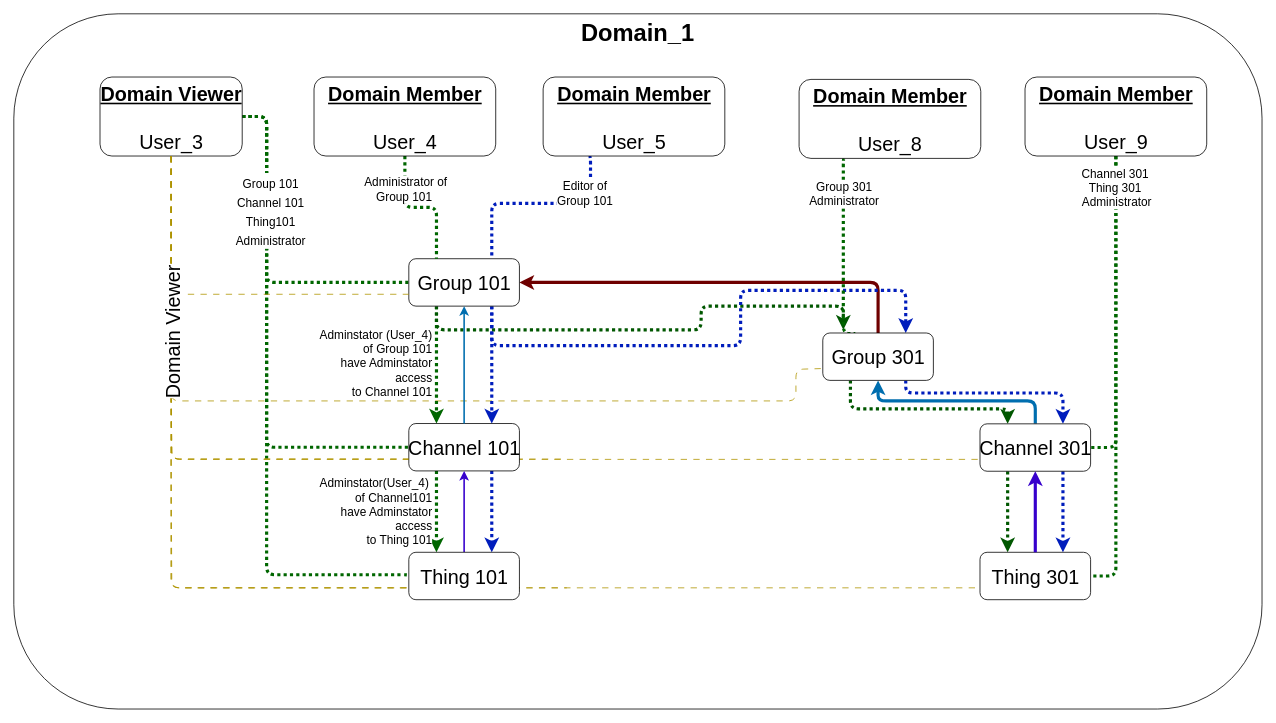
This is docs/diagrams/group_users_member_14.drawio from absmach/supermq-docs, a draw.io file, before an edit. Source tidied: cells renumbered, new cells numbered last; positions are measured from the earlier drawing's top-left corner, leaving out a move shared by most shapes. Both pictures are drawn from the tidied source at 79%, with x=0, y=0 at pixel (13, 13).
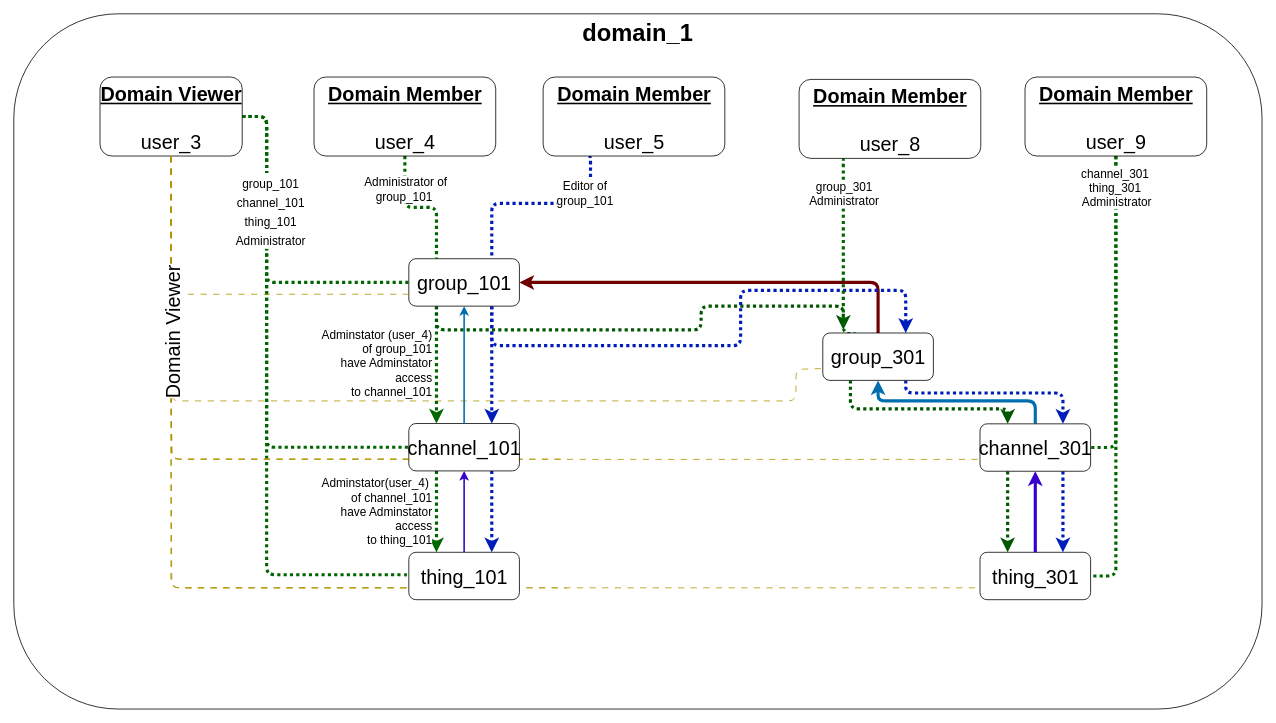
The same page after the edit.

Unchanged cells that the change refers to:
```xml
<mxCell id="17" style="edgeStyle=orthogonalEdgeStyle;html=1;entryX=0;entryY=0.5;entryDx=0;entryDy=0;dashed=1;dashPattern=1 1;strokeColor=#006600;strokeWidth=4;fontSize=20;endArrow=none;endFill=0;" parent="14" edge="1" source="23" target="60">
  <mxGeometry relative="1" as="geometry">
    <Array as="points">
      <mxPoint x="320" y="130" />
      <mxPoint x="320" y="710" />
      <mxPoint x="500" y="710" />
    </Array>
  </mxGeometry>
</mxCell>
<mxCell id="24" style="edgeStyle=orthogonalEdgeStyle;html=1;exitX=0.25;exitY=1;exitDx=0;exitDy=0;entryX=0.25;entryY=0;entryDx=0;entryDy=0;dashed=1;dashPattern=1 1;strokeWidth=4;endArrow=classic;endFill=1;fillColor=#fa6800;strokeColor=#006600;" parent="14" edge="1" source="29" target="33">
  <mxGeometry relative="1" as="geometry" />
</mxCell>
<mxCell id="30" style="edgeStyle=orthogonalEdgeStyle;html=1;exitX=0.25;exitY=1;exitDx=0;exitDy=0;entryX=0.25;entryY=0;entryDx=0;entryDy=0;dashed=1;dashPattern=1 1;strokeWidth=4;endArrow=classic;endFill=1;fillColor=#fa6800;strokeColor=#006600;" parent="14" edge="1" source="33" target="60">
  <mxGeometry relative="1" as="geometry" />
</mxCell>
<mxCell id="34" style="edgeStyle=orthogonalEdgeStyle;html=1;entryX=0.25;entryY=0;entryDx=0;entryDy=0;dashed=1;dashPattern=1 1;strokeWidth=4;endArrow=none;endFill=0;fillColor=#fa6800;strokeColor=#006600;" parent="14" edge="1" source="36" target="29">
  <mxGeometry relative="1" as="geometry" />
</mxCell>
<mxCell id="37" style="edgeStyle=orthogonalEdgeStyle;html=1;dashed=1;dashPattern=1 1;strokeWidth=4;endArrow=none;endFill=0;fillColor=#0050ef;strokeColor=#001DBC;exitX=0.25;exitY=1;exitDx=0;exitDy=0;entryX=0.75;entryY=0;entryDx=0;entryDy=0;" parent="14" edge="1" source="39" target="29">
  <mxGeometry relative="1" as="geometry">
    <Array as="points">
      <mxPoint x="730" y="180" />
      <mxPoint x="730" y="240" />
      <mxPoint x="605" y="240" />
    </Array>
  </mxGeometry>
</mxCell>
<mxCell id="41" style="edgeStyle=orthogonalEdgeStyle;html=1;entryX=1;entryY=0.5;entryDx=0;entryDy=0;dashed=1;dashPattern=1 1;strokeColor=#006600;strokeWidth=4;endArrow=none;endFill=0;" parent="14" edge="1" source="43" target="64">
  <mxGeometry relative="1" as="geometry">
    <Array as="points">
      <mxPoint x="1395" y="712" />
    </Array>
  </mxGeometry>
</mxCell>
<mxCell id="44" style="edgeStyle=orthogonalEdgeStyle;html=1;dashed=1;dashPattern=1 1;strokeColor=#006600;strokeWidth=4;endArrow=none;endFill=0;entryX=0.294;entryY=0.013;entryDx=0;entryDy=0;entryPerimeter=0;exitX=0.25;exitY=1;exitDx=0;exitDy=0;" parent="14" edge="1" source="46" target="62">
  <mxGeometry relative="1" as="geometry">
    <Array as="points">
      <mxPoint x="1050" y="183" />
      <mxPoint x="1050" y="405" />
    </Array>
  </mxGeometry>
</mxCell>
```

Change to the diagram source:
```diff
@@
-    <mxCell id="11" value="&lt;font style=&quot;font-size: 30px;&quot;&gt;&lt;b style=&quot;&quot;&gt;Domain_1&lt;/b&gt;&lt;/font&gt;" style="rounded=1;whiteSpace=wrap;html=1;verticalAlign=top;fillColor=default;" parent="10" vertex="1">
+    <mxCell id="11" value="&lt;font style=&quot;font-size: 30px;&quot;&gt;&lt;b style=&quot;&quot;&gt;domain_1&lt;/b&gt;&lt;/font&gt;" style="rounded=1;whiteSpace=wrap;html=1;verticalAlign=top;fillColor=default;" parent="10" vertex="1">
       <mxGeometry width="1580" height="880" as="geometry" />
     </mxCell>
@@
-    <mxCell id="18" value="&lt;font style=&quot;font-size: 15px;&quot;&gt;Group 101&lt;br&gt;Channel 101&lt;br&gt;Thing101&lt;br&gt;Administrator&lt;/font&gt;" style="edgeLabel;html=1;align=center;verticalAlign=middle;fontSize=20;" parent="17" vertex="1">
+    <mxCell id="18" value="&lt;font style=&quot;font-size: 15px;&quot;&gt;group_101&lt;br&gt;channel_101&lt;br&gt;thing_101&lt;br&gt;Administrator&lt;/font&gt;" style="edgeLabel;html=1;align=center;verticalAlign=middle;fontSize=20;" parent="17" vertex="1">
       <mxGeometry x="-0.53" y="4" relative="1" as="geometry">
         <mxPoint y="-37" as="offset" />
       </mxGeometry>
     </mxCell>
@@
-    <mxCell id="23" value="&lt;font style=&quot;font-size: 25px;&quot;&gt;&lt;b&gt;&lt;u&gt;Domain Viewer&lt;/u&gt;&lt;/b&gt;&lt;br&gt;&lt;br&gt;User_3&lt;/font&gt;" style="rounded=1;html=1;fontSize=25;verticalAlign=top;" parent="14" vertex="1">
+    <mxCell id="23" value="&lt;font style=&quot;font-size: 25px;&quot;&gt;&lt;b&gt;&lt;u&gt;Domain Viewer&lt;/u&gt;&lt;/b&gt;&lt;br&gt;&lt;br&gt;user_3&lt;/font&gt;" style="rounded=1;html=1;fontSize=25;verticalAlign=top;" parent="14" vertex="1">
       <mxGeometry x="109.1" y="80" width="180" height="100" as="geometry" />
     </mxCell>
@@
-    <mxCell id="25" value="Adminstator (User_4)&lt;br&gt;of Group 101 &lt;br&gt;have Adminstator &lt;br&gt;access &lt;br&gt;to Channel 101" style="edgeLabel;html=1;align=right;verticalAlign=middle;fontSize=15;" parent="24" vertex="1">
+    <mxCell id="25" value="Adminstator (user_4)&lt;br&gt;of group_101 &lt;br&gt;have Adminstator &lt;br&gt;access &lt;br&gt;to channel_101" style="edgeLabel;html=1;align=right;verticalAlign=middle;fontSize=15;" parent="24" vertex="1">
       <mxGeometry x="-0.13" relative="1" as="geometry">
         <mxPoint x="-5" y="6" as="offset" />
       </mxGeometry>
     </mxCell>
@@
-    <mxCell id="29" value="Group 101" style="rounded=1;html=1;fontSize=25;" parent="14" vertex="1">
+    <mxCell id="29" value="group_101" style="rounded=1;html=1;fontSize=25;" parent="14" vertex="1">
       <mxGeometry x="500" y="310" width="140" height="60" as="geometry" />
     </mxCell>
@@
-    <mxCell id="31" value="Adminstator(User_4)&amp;nbsp;&lt;br&gt;&lt;div style=&quot;&quot;&gt;of Channel101&lt;/div&gt;have Adminstator &lt;br&gt;access&lt;br&gt;to Thing 101" style="edgeLabel;html=1;align=right;verticalAlign=middle;fontSize=15;" parent="30" vertex="1">
+    <mxCell id="31" value="Adminstator(user_4)&amp;nbsp;&lt;br&gt;&lt;div style=&quot;&quot;&gt;of channel_101&lt;/div&gt;have Adminstator &lt;br&gt;access&lt;br&gt;to thing_101" style="edgeLabel;html=1;align=right;verticalAlign=middle;fontSize=15;" parent="30" vertex="1">
       <mxGeometry x="-0.19" y="-1" relative="1" as="geometry">
         <mxPoint x="-4" y="9" as="offset" />
       </mxGeometry>
     </mxCell>
@@
-    <mxCell id="33" value="Channel 101" style="rounded=1;html=1;fontSize=25;" parent="14" vertex="1">
+    <mxCell id="33" value="channel_101" style="rounded=1;html=1;fontSize=25;" parent="14" vertex="1">
       <mxGeometry x="500" y="518.6" width="140" height="60" as="geometry" />
     </mxCell>
@@
-    <mxCell id="35" value="&lt;font style=&quot;font-size: 15px;&quot;&gt;&lt;font style=&quot;font-size: 15px;&quot;&gt;&amp;nbsp;Administrator of&amp;nbsp;&lt;br&gt;&lt;/font&gt;Group 101&amp;nbsp;&lt;/font&gt;" style="edgeLabel;html=1;align=center;verticalAlign=middle;" parent="34" vertex="1">
+    <mxCell id="35" value="&lt;font style=&quot;font-size: 15px;&quot;&gt;&lt;font style=&quot;font-size: 15px;&quot;&gt;&amp;nbsp;Administrator of&amp;nbsp;&lt;br&gt;&lt;/font&gt;group_101&amp;nbsp;&lt;/font&gt;" style="edgeLabel;html=1;align=center;verticalAlign=middle;" parent="34" vertex="1">
       <mxGeometry x="0.42" y="1" relative="1" as="geometry">
         <mxPoint x="-41" y="-40" as="offset" />
       </mxGeometry>
     </mxCell>
-    <mxCell id="36" value="&lt;font style=&quot;font-size: 25px;&quot;&gt;&lt;b&gt;&lt;u&gt;Domain Member&lt;/u&gt;&lt;/b&gt;&lt;br&gt;&lt;br&gt;User_4&lt;/font&gt;" style="rounded=1;html=1;fontSize=25;verticalAlign=top;" parent="14" vertex="1">
+    <mxCell id="36" value="&lt;font style=&quot;font-size: 25px;&quot;&gt;&lt;b&gt;&lt;u&gt;Domain Member&lt;/u&gt;&lt;/b&gt;&lt;br&gt;&lt;br&gt;user_4&lt;/font&gt;" style="rounded=1;html=1;fontSize=25;verticalAlign=top;" parent="14" vertex="1">
       <mxGeometry x="380" y="80" width="230" height="100" as="geometry" />
     </mxCell>
@@
-    <mxCell id="38" value="&lt;font style=&quot;font-size: 15px;&quot;&gt;Editor of&amp;nbsp;&lt;br&gt;&lt;/font&gt;&lt;span style=&quot;font-size: 15px;&quot;&gt;Group 101&amp;nbsp;&lt;/span&gt;" style="edgeLabel;html=1;align=center;verticalAlign=middle;" parent="37" vertex="1">
+    <mxCell id="38" value="&lt;font style=&quot;font-size: 15px;&quot;&gt;Editor of&amp;nbsp;&lt;br&gt;&lt;/font&gt;&lt;span style=&quot;font-size: 15px;&quot;&gt;group_101&amp;nbsp;&lt;/span&gt;" style="edgeLabel;html=1;align=center;verticalAlign=middle;" parent="37" vertex="1">
       <mxGeometry x="-0.62" y="-6" relative="1" as="geometry" />
     </mxCell>
-    <mxCell id="39" value="&lt;font style=&quot;font-size: 25px;&quot;&gt;&lt;b&gt;&lt;u&gt;Domain Member&lt;/u&gt;&lt;/b&gt;&lt;br&gt;&lt;br&gt;User_5&lt;br&gt;&lt;/font&gt;" style="rounded=1;html=1;fontSize=25;verticalAlign=top;" parent="14" vertex="1">
+    <mxCell id="39" value="&lt;font style=&quot;font-size: 25px;&quot;&gt;&lt;b&gt;&lt;u&gt;Domain Member&lt;/u&gt;&lt;/b&gt;&lt;br&gt;&lt;br&gt;user_5&lt;br&gt;&lt;/font&gt;" style="rounded=1;html=1;fontSize=25;verticalAlign=top;" parent="14" vertex="1">
       <mxGeometry x="670" y="80" width="230" height="100" as="geometry" />
     </mxCell>
@@
-    <mxCell id="42" value="Channel 301&amp;nbsp;&lt;br&gt;Thing 301&amp;nbsp;&lt;br&gt;Administrator" style="edgeLabel;html=1;align=center;verticalAlign=middle;fontSize=15;" parent="41" vertex="1">
+    <mxCell id="42" value="channel_301&amp;nbsp;&lt;br&gt;thing_301&amp;nbsp;&lt;br&gt;Administrator" style="edgeLabel;html=1;align=center;verticalAlign=middle;fontSize=15;" parent="41" vertex="1">
       <mxGeometry x="-0.53" y="-2" relative="1" as="geometry">
         <mxPoint x="2" y="-93" as="offset" />
       </mxGeometry>
     </mxCell>
-    <mxCell id="43" value="&lt;font style=&quot;font-size: 25px;&quot;&gt;&lt;b&gt;&lt;u&gt;Domain Member&lt;/u&gt;&lt;/b&gt;&lt;br&gt;&lt;br&gt;User_9&lt;/font&gt;" style="rounded=1;html=1;fontSize=25;verticalAlign=top;" parent="14" vertex="1">
+    <mxCell id="43" value="&lt;font style=&quot;font-size: 25px;&quot;&gt;&lt;b&gt;&lt;u&gt;Domain Member&lt;/u&gt;&lt;/b&gt;&lt;br&gt;&lt;br&gt;user_9&lt;/font&gt;" style="rounded=1;html=1;fontSize=25;verticalAlign=top;" parent="14" vertex="1">
       <mxGeometry x="1280" y="80" width="230" height="100" as="geometry" />
     </mxCell>
@@
-    <mxCell id="45" value="&lt;font style=&quot;font-size: 15px;&quot;&gt;Group 301 &lt;br&gt;Administrator&lt;/font&gt;" style="edgeLabel;html=1;align=center;verticalAlign=middle;" parent="44" vertex="1">
+    <mxCell id="45" value="&lt;font style=&quot;font-size: 15px;&quot;&gt;group_301 &lt;br&gt;Administrator&lt;/font&gt;" style="edgeLabel;html=1;align=center;verticalAlign=middle;" parent="44" vertex="1">
       <mxGeometry x="-0.26" relative="1" as="geometry">
         <mxPoint y="-42" as="offset" />
       </mxGeometry>
     </mxCell>
-    <mxCell id="46" value="&lt;font style=&quot;font-size: 25px;&quot;&gt;&lt;b&gt;&lt;u&gt;Domain Member&lt;/u&gt;&lt;/b&gt;&lt;br&gt;&lt;br&gt;User_8&lt;/font&gt;" style="rounded=1;html=1;fontSize=25;verticalAlign=top;" parent="14" vertex="1">
+    <mxCell id="46" value="&lt;font style=&quot;font-size: 25px;&quot;&gt;&lt;b&gt;&lt;u&gt;Domain Member&lt;/u&gt;&lt;/b&gt;&lt;br&gt;&lt;br&gt;user_8&lt;/font&gt;" style="rounded=1;html=1;fontSize=25;verticalAlign=top;" parent="14" vertex="1">
       <mxGeometry x="994" y="83" width="230" height="100" as="geometry" />
     </mxCell>
@@
-    <mxCell id="60" value="Thing 101" style="rounded=1;html=1;fontSize=25;" parent="58" vertex="1">
+    <mxCell id="60" value="thing_101" style="rounded=1;html=1;fontSize=25;" parent="58" vertex="1">
       <mxGeometry x="500" y="681.6" width="140" height="60" as="geometry" />
     </mxCell>
@@
-    <mxCell id="62" value="Group 301" style="rounded=1;html=1;fontSize=25;" parent="58" vertex="1">
+    <mxCell id="62" value="group_301" style="rounded=1;html=1;fontSize=25;" parent="58" vertex="1">
       <mxGeometry x="1024" y="404" width="140" height="60" as="geometry" />
     </mxCell>
-    <mxCell id="63" value="Channel 301" style="rounded=1;html=1;fontSize=25;" parent="58" vertex="1">
+    <mxCell id="63" value="channel_301" style="rounded=1;html=1;fontSize=25;" parent="58" vertex="1">
       <mxGeometry x="1223" y="519" width="140" height="60" as="geometry" />
     </mxCell>
-    <mxCell id="64" value="Thing 301" style="rounded=1;html=1;fontSize=25;" parent="58" vertex="1">
+    <mxCell id="64" value="thing_301" style="rounded=1;html=1;fontSize=25;" parent="58" vertex="1">
       <mxGeometry x="1223" y="681.6" width="140" height="60" as="geometry" />
     </mxCell>
```
